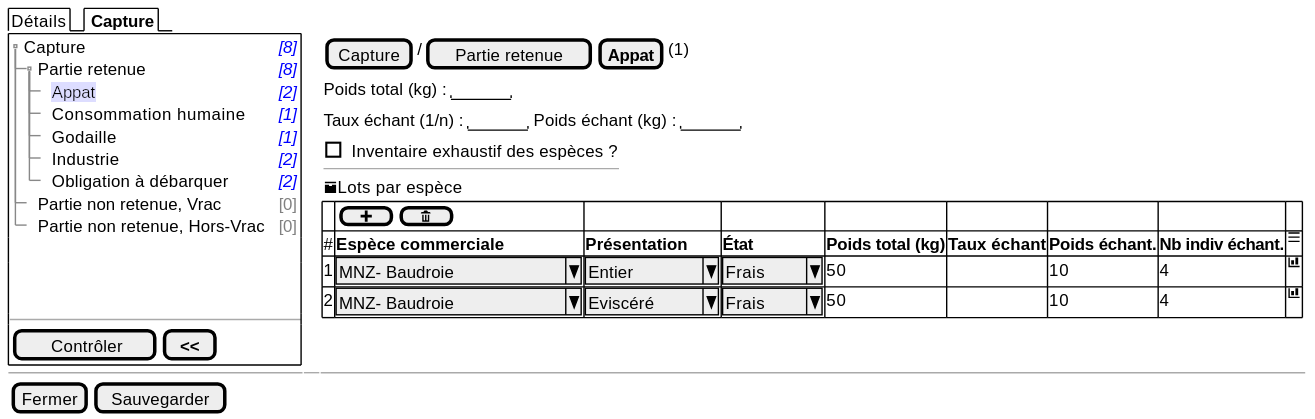
Before: projects/obsmer/spe/images/batch/batch-tree-PR-BAI.svg, a diagram exported from PlantUML (sumaris-net/sumaris-doc).
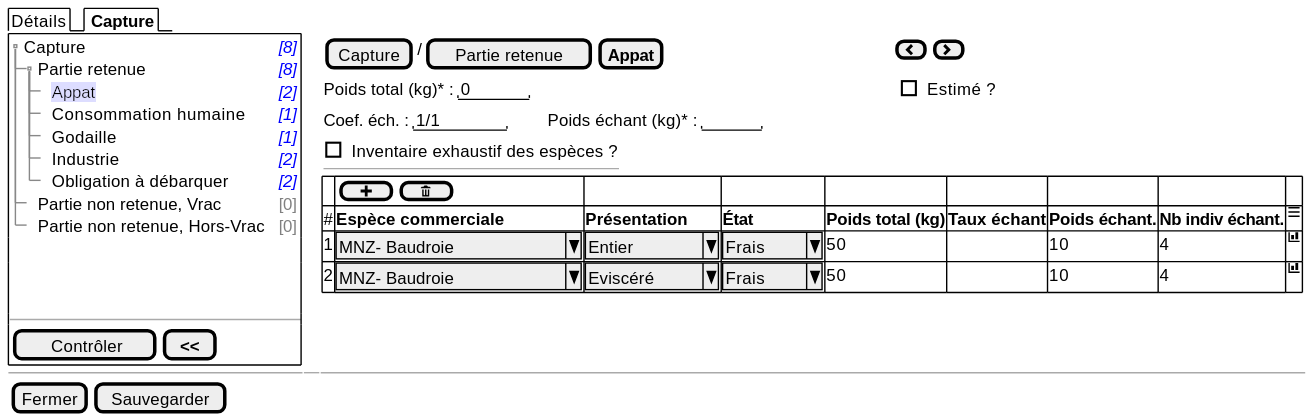
After the change.

What changed in the source:
```diff
@@ -21,15 +21,14 @@
       [<&checkmark> Contrôler] | [ <b><< ]
    }
   } | . | {
-    { [Capture] | / | [Partie retenue] | [<b>Appat]|(1) }
+    { [Capture] | / | [Partie retenue] | [<b>Appat]| | . | . | . | . | . | . | . | . | . | . | . | . | . | . | . | . | . | . | . | . | . | . | . | . | . | . | . | . | . | . | . | . | { [<&chevron-left>] | [<&chevron-right>] }}
 
-    {Poids total (kg) : | "     " }
+    {Poids total (kg)* : | " 0    " | . | . | . | . | . | . | . | . | . | . | . | . | . | . | . | . | . | . | . | . | . | . | . | . | . | . | . | . | . | . | . | . | . | . | . | . | . | . | . | . | . | . | . | . |. |. |. |. |. |. |. |. | [ ] Estimé ?}
 
-    {Taux échant (1/n) : | "     " | Poids échant (kg) : | "     " }
+    {Coef. éch. : | " 1/1    " | . | . | . | . | . |  Poids échant (kg)* : | "     " }
 
     { [ ] Inventaire exhaustif des espèces ?
     ---
-    <&box>Lots par espèce
     }
 
 
```
